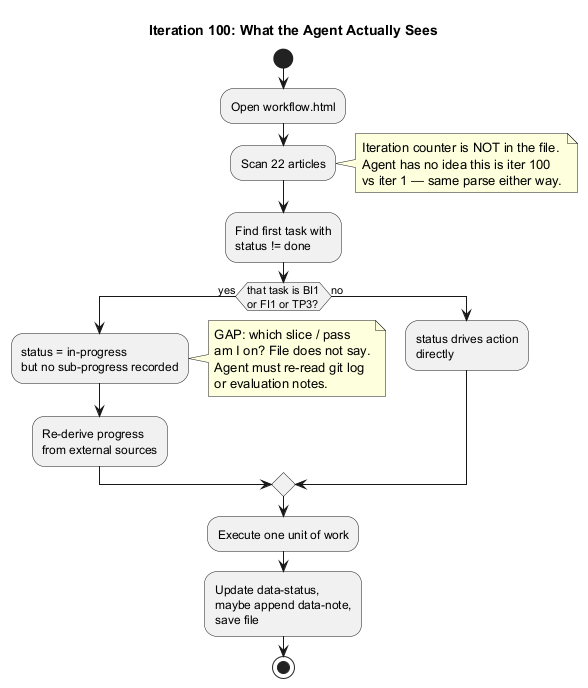
Above: docs/workflow-decision-trees/04-iteration-100.png in QuinntyneBrown/claude-create-app (PlantUML), before the change.
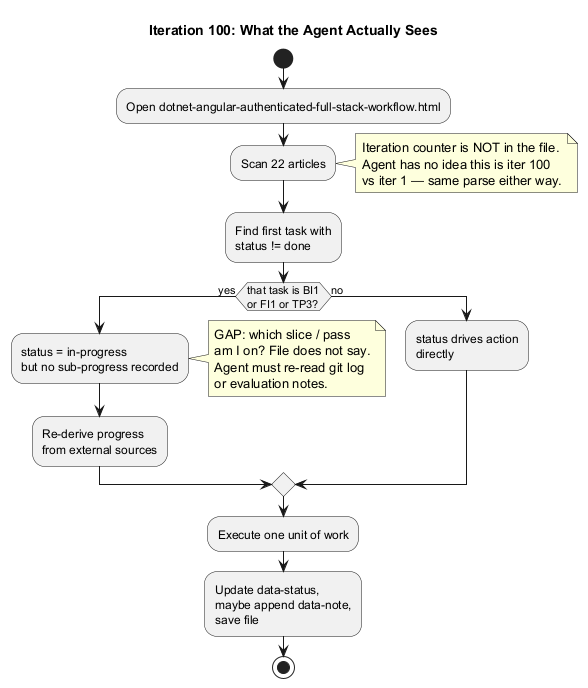
The same diagram one commit later.

Commit message:
docs(workflow): rename, inline guidance, and route all docs under ./docs/

Diff of the diagram source:
```diff
@@ -2,7 +2,7 @@
 title Iteration 100: What the Agent Actually Sees
 
 start
-:Open workflow.html;
+:Open dotnet-angular-authenticated-full-stack-workflow.html;
 :Scan 22 articles;
 note right
   Iteration counter is NOT in the file.
```
